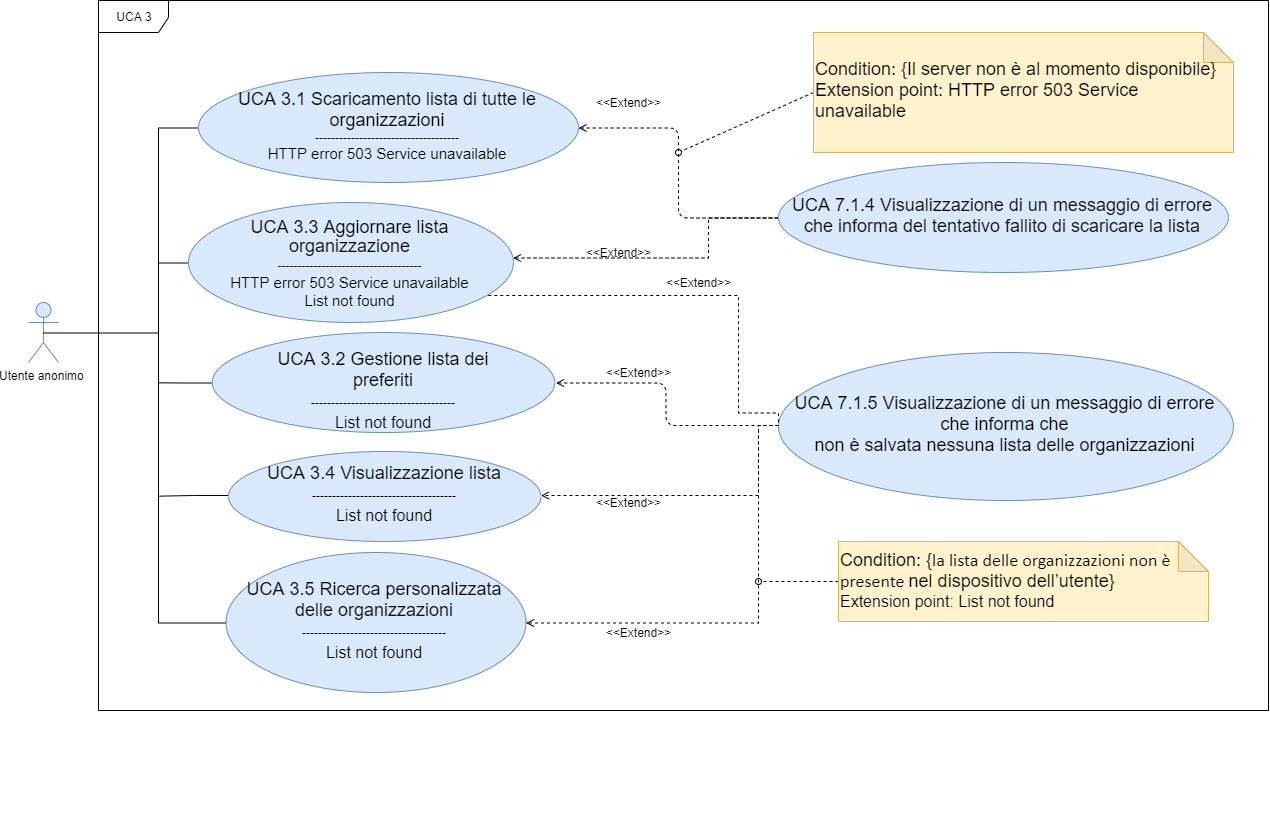
This is DocumentazioneEsterna/AnalisiRequisiti/sezioni/UseCase/Immagini/UCA3.png from qb-team/Stalker-Documentazione, a draw.io export, as it was before one commit. Source tidied: cells renumbered, new cells last; positions are measured from the earlier drawing's top-left corner, leaving out a move shared by most shapes.
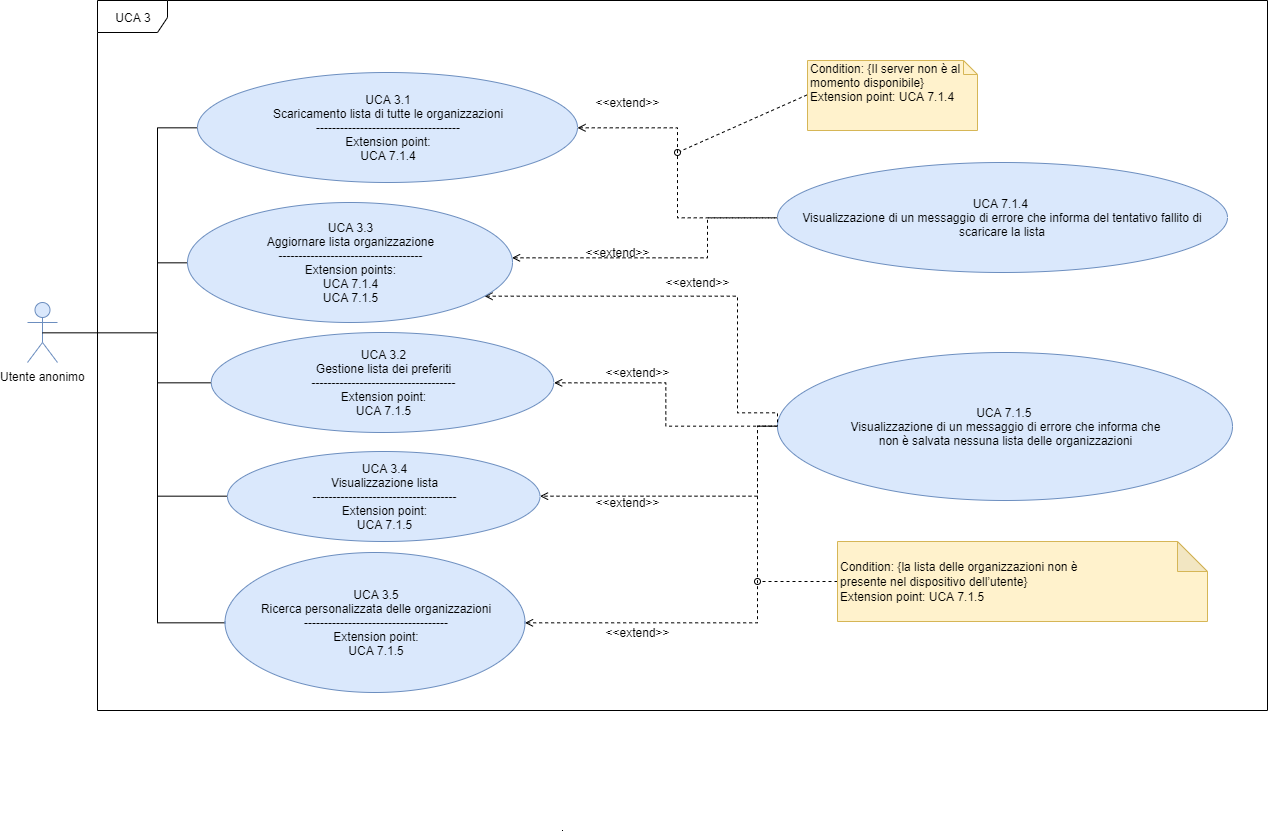
The same diagram one commit later.

Diff of the diagram source:
```diff
@@ -7,6 +7,6 @@
     </mxCell>
-    <mxCell id="3" value="Utente anonimo" style="shape=umlActor;verticalLabelPosition=bottom;labelBackgroundColor=#ffffff;verticalAlign=top;html=1;outlineConnect=0;fillColor=#dae8fc;strokeColor=#6c8ebf;" parent="1" vertex="1">
+    <mxCell id="3" value="Utente anonimo" style="shape=umlActor;verticalLabelPosition=bottom;labelBackgroundColor=#ffffff;verticalAlign=top;html=1;outlineConnect=0;fillColor=#dae8fc;strokeColor=#6c8ebf;fontSize=12;" parent="1" vertex="1">
       <mxGeometry y="302" width="30" height="60" as="geometry" />
     </mxCell>
-    <mxCell id="4" style="edgeStyle=orthogonalEdgeStyle;rounded=0;jettySize=auto;html=1;exitX=0;exitY=0.5;exitDx=0;exitDy=0;entryX=0.5;entryY=0.5;entryDx=0;entryDy=0;entryPerimeter=0;startArrow=none;startFill=0;endArrow=none;endFill=0;" parent="1" edge="1" source="5" target="3">
+    <mxCell id="4" style="edgeStyle=orthogonalEdgeStyle;rounded=0;jettySize=auto;html=1;exitX=0;exitY=0.5;exitDx=0;exitDy=0;entryX=0.5;entryY=0.5;entryDx=0;entryDy=0;entryPerimeter=0;startArrow=none;startFill=0;endArrow=none;endFill=0;fontSize=12;" parent="1" edge="1" source="5" target="3">
       <mxGeometry relative="1" as="geometry">
@@ -18,6 +18,6 @@
     </mxCell>
-    <mxCell id="5" value="&lt;font&gt;&lt;span style=&quot;font-size: 18px&quot;&gt;UCA 3.1 Scaricamento lista di tutte le organizzazioni&lt;/span&gt;&lt;br&gt;&lt;font style=&quot;font-size: 12px&quot;&gt;------------------------------------&lt;br&gt;&lt;/font&gt;&lt;/font&gt;&lt;span style=&quot;text-align: left&quot;&gt;&lt;font style=&quot;font-size: 15px&quot;&gt;HTTP error 503 Service unavailable&lt;/font&gt;&lt;/span&gt;" style="ellipse;whiteSpace=wrap;html=1;fillColor=#dae8fc;strokeColor=#6c8ebf;" parent="1" vertex="1">
+    <mxCell id="5" value="&lt;font style=&quot;font-size: 12px&quot;&gt;&lt;font style=&quot;font-size: 12px&quot;&gt;UCA 3.1&lt;br&gt;Scaricamento lista di tutte le organizzazioni&lt;br style=&quot;font-size: 12px&quot;&gt;&lt;font style=&quot;font-size: 12px&quot;&gt;------------------------------------&lt;br style=&quot;font-size: 12px&quot;&gt;&lt;div&gt;&lt;span&gt;Extension point:&lt;/span&gt;&lt;/div&gt;&lt;div&gt;&lt;span&gt;UCA 7.1.4&lt;/span&gt;&lt;/div&gt;&lt;/font&gt;&lt;/font&gt;&lt;/font&gt;" style="ellipse;whiteSpace=wrap;html=1;fillColor=#dae8fc;strokeColor=#6c8ebf;fontSize=12;" parent="1" vertex="1">
       <mxGeometry x="170" y="72" width="380" height="110" as="geometry" />
     </mxCell>
-    <mxCell id="6" style="edgeStyle=orthogonalEdgeStyle;rounded=0;jettySize=auto;html=1;exitX=0;exitY=0.5;exitDx=0;exitDy=0;dashed=1;endArrow=open;endFill=0;startArrow=none;startFill=0;" parent="1" edge="1" source="7" target="15">
+    <mxCell id="6" style="edgeStyle=orthogonalEdgeStyle;rounded=0;jettySize=auto;html=1;exitX=0;exitY=0.5;exitDx=0;exitDy=0;dashed=1;endArrow=open;endFill=0;startArrow=none;startFill=0;fontSize=12;" parent="1" edge="1" source="7" target="15">
       <mxGeometry relative="1" as="geometry">
@@ -29,6 +29,6 @@
     </mxCell>
-    <mxCell id="7" value="&lt;font style=&quot;font-size: 18px&quot;&gt;UCA 7.1.4 Visualizzazione di un messaggio di errore che informa del tentativo fallito di scaricare la lista&lt;/font&gt;" style="ellipse;whiteSpace=wrap;html=1;fillColor=#dae8fc;strokeColor=#6c8ebf;" parent="1" vertex="1">
+    <mxCell id="7" value="&lt;font style=&quot;font-size: 12px&quot;&gt;UCA 7.1.4 &lt;br&gt;Visualizzazione di un messaggio di errore che informa del tentativo fallito di scaricare la lista&lt;/font&gt;" style="ellipse;whiteSpace=wrap;html=1;fillColor=#dae8fc;strokeColor=#6c8ebf;fontSize=12;" parent="1" vertex="1">
       <mxGeometry x="750" y="162" width="450" height="110" as="geometry" />
     </mxCell>
-    <mxCell id="8" style="edgeStyle=orthogonalEdgeStyle;rounded=0;jettySize=auto;html=1;exitX=0;exitY=0.5;exitDx=0;exitDy=0;entryX=1;entryY=0.5;entryDx=0;entryDy=0;dashed=1;endArrow=open;endFill=0;startArrow=none;startFill=0;" parent="1" edge="1" source="10" target="17">
+    <mxCell id="8" style="edgeStyle=orthogonalEdgeStyle;rounded=0;jettySize=auto;html=1;exitX=0;exitY=0.5;exitDx=0;exitDy=0;entryX=1;entryY=0.5;entryDx=0;entryDy=0;dashed=1;endArrow=open;endFill=0;startArrow=none;startFill=0;fontSize=12;" parent="1" edge="1" source="10" target="17">
       <mxGeometry relative="1" as="geometry">
@@ -40,3 +40,3 @@
     </mxCell>
-    <mxCell id="9" style="edgeStyle=orthogonalEdgeStyle;rounded=0;jettySize=auto;html=1;exitX=0;exitY=0.5;exitDx=0;exitDy=0;entryX=1;entryY=0.5;entryDx=0;entryDy=0;dashed=1;endArrow=open;endFill=0;startArrow=none;startFill=0;" parent="1" edge="1" source="10" target="19">
+    <mxCell id="9" style="edgeStyle=orthogonalEdgeStyle;rounded=0;jettySize=auto;html=1;exitX=0;exitY=0.5;exitDx=0;exitDy=0;entryX=1;entryY=0.5;entryDx=0;entryDy=0;dashed=1;endArrow=open;endFill=0;startArrow=none;startFill=0;fontSize=12;" parent="1" edge="1" source="10" target="19">
       <mxGeometry relative="1" as="geometry">
@@ -48,6 +48,6 @@
     </mxCell>
-    <mxCell id="10" value="&lt;font style=&quot;font-size: 18px&quot;&gt;UCA 7.1.5 Visualizzazione di un messaggio di errore che informa che&lt;br style=&quot;box-sizing: content-box ; padding: 0px ; margin: 0px&quot;&gt;non è salvata nessuna lista delle organizzazioni&lt;/font&gt;" style="ellipse;whiteSpace=wrap;html=1;fillColor=#dae8fc;strokeColor=#6c8ebf;" parent="1" vertex="1">
+    <mxCell id="10" value="&lt;font style=&quot;font-size: 12px&quot;&gt;UCA 7.1.5 &lt;br&gt;Visualizzazione di un messaggio di errore che informa che&lt;br style=&quot;box-sizing: content-box ; padding: 0px ; margin: 0px ; font-size: 12px&quot;&gt;non è salvata nessuna lista delle organizzazioni&lt;/font&gt;" style="ellipse;whiteSpace=wrap;html=1;fillColor=#dae8fc;strokeColor=#6c8ebf;fontSize=12;" parent="1" vertex="1">
       <mxGeometry x="750" y="352" width="455" height="148" as="geometry" />
     </mxCell>
-    <mxCell id="11" style="edgeStyle=orthogonalEdgeStyle;rounded=0;jettySize=auto;html=1;exitX=0;exitY=0.5;exitDx=0;exitDy=0;startArrow=none;startFill=0;endArrow=none;endFill=0;" parent="1" edge="1" source="12">
+    <mxCell id="11" style="edgeStyle=orthogonalEdgeStyle;rounded=0;jettySize=auto;html=1;exitX=0;exitY=0.5;exitDx=0;exitDy=0;startArrow=none;startFill=0;endArrow=none;endFill=0;fontSize=12;" parent="1" edge="1" source="12">
       <mxGeometry relative="1" as="geometry">
@@ -56,6 +56,6 @@
     </mxCell>
-    <mxCell id="12" value="&lt;font style=&quot;font-size: 18px&quot;&gt;UCA 3.2 Gestione lista dei preferiti&lt;br&gt;&lt;font style=&quot;font-size: 12px&quot;&gt;------------------------------------&lt;br&gt;&lt;/font&gt;&lt;span style=&quot;font-size: medium ; text-align: left&quot;&gt;List not found&lt;/span&gt;&lt;br&gt;&lt;/font&gt;" style="ellipse;whiteSpace=wrap;html=1;fillColor=#dae8fc;strokeColor=#6c8ebf;" parent="1" vertex="1">
+    <mxCell id="12" value="&lt;font style=&quot;font-size: 12px&quot;&gt;UCA 3.2&lt;br&gt;Gestione lista dei preferiti&lt;br style=&quot;font-size: 12px&quot;&gt;&lt;font style=&quot;font-size: 12px&quot;&gt;------------------------------------&lt;br style=&quot;font-size: 12px&quot;&gt;&lt;/font&gt;&lt;span style=&quot;font-size: 12px ; text-align: left&quot;&gt;Extension point:&lt;br&gt;&lt;/span&gt;UCA 7.1.5&lt;br style=&quot;font-size: 12px&quot;&gt;&lt;/font&gt;" style="ellipse;whiteSpace=wrap;html=1;fillColor=#dae8fc;strokeColor=#6c8ebf;fontSize=12;" parent="1" vertex="1">
       <mxGeometry x="183.8" y="332" width="342.5" height="100" as="geometry" />
     </mxCell>
-    <mxCell id="13" style="edgeStyle=orthogonalEdgeStyle;rounded=0;jettySize=auto;html=1;exitX=0;exitY=0.5;exitDx=0;exitDy=0;startArrow=none;startFill=0;endArrow=none;endFill=0;" parent="1" edge="1" source="15">
+    <mxCell id="13" style="edgeStyle=orthogonalEdgeStyle;rounded=0;jettySize=auto;html=1;exitX=0;exitY=0.5;exitDx=0;exitDy=0;startArrow=none;startFill=0;endArrow=none;endFill=0;fontSize=12;" parent="1" edge="1" source="15">
       <mxGeometry relative="1" as="geometry">
@@ -64,3 +64,3 @@
     </mxCell>
-    <mxCell id="14" style="edgeStyle=orthogonalEdgeStyle;rounded=0;jettySize=auto;html=1;exitX=1;exitY=1;exitDx=0;exitDy=0;entryX=0;entryY=0.5;entryDx=0;entryDy=0;endArrow=none;endFill=0;startArrow=open;startFill=0;dashed=1;" parent="1" edge="1" source="15" target="10">
+    <mxCell id="14" style="edgeStyle=orthogonalEdgeStyle;rounded=0;jettySize=auto;html=1;entryX=0;entryY=0.5;entryDx=0;entryDy=0;endArrow=none;endFill=0;startArrow=open;startFill=0;dashed=1;fontSize=12;" parent="1" edge="1" source="15" target="10">
       <mxGeometry relative="1" as="geometry">
@@ -73,6 +73,6 @@
     </mxCell>
-    <mxCell id="15" value="&lt;font style=&quot;font-size: 15px&quot;&gt;&lt;span style=&quot;font-size: 18px ; line-height: 100%&quot;&gt;&lt;br&gt;UCA 3.3 Aggiornare lista organizzazione&lt;/span&gt;&lt;br&gt;&lt;font style=&quot;font-size: 12px&quot;&gt;------------------------------------&lt;br&gt;&lt;/font&gt;&lt;span style=&quot;text-align: left&quot;&gt;&lt;font style=&quot;font-size: 15px&quot;&gt;HTTP&lt;/font&gt;&lt;span&gt; error 503 Service unavailable&lt;/span&gt;&lt;br&gt;&lt;/span&gt;&lt;span style=&quot;text-align: left&quot;&gt;List not found&lt;/span&gt;&lt;span style=&quot;text-align: left&quot;&gt;&lt;br&gt;&lt;/span&gt;&lt;br&gt;&lt;/font&gt;" style="ellipse;whiteSpace=wrap;html=1;fillColor=#dae8fc;strokeColor=#6c8ebf;" parent="1" vertex="1">
+    <mxCell id="15" value="&lt;font style=&quot;font-size: 12px&quot;&gt;&lt;span style=&quot;line-height: 100% ; font-size: 12px&quot;&gt;&lt;br style=&quot;font-size: 12px&quot;&gt;UCA 3.3&lt;br&gt;Aggiornare lista organizzazione&lt;/span&gt;&lt;br style=&quot;font-size: 12px&quot;&gt;&lt;font style=&quot;font-size: 12px&quot;&gt;------------------------------------&lt;br style=&quot;font-size: 12px&quot;&gt;&lt;/font&gt;&lt;span style=&quot;text-align: left ; font-size: 12px&quot;&gt;Extension points:&lt;br&gt;UCA 7.1.4&lt;br&gt;UCA 7.1.5&lt;br style=&quot;font-size: 12px&quot;&gt;&lt;/span&gt;&lt;br style=&quot;font-size: 12px&quot;&gt;&lt;/font&gt;" style="ellipse;whiteSpace=wrap;html=1;fillColor=#dae8fc;strokeColor=#6c8ebf;fontSize=12;" parent="1" vertex="1">
       <mxGeometry x="160" y="202" width="325" height="120" as="geometry" />
     </mxCell>
-    <mxCell id="16" style="edgeStyle=orthogonalEdgeStyle;rounded=0;jettySize=auto;html=1;exitX=0;exitY=0.5;exitDx=0;exitDy=0;startArrow=none;startFill=0;endArrow=none;endFill=0;" parent="1" edge="1" source="17">
+    <mxCell id="16" style="edgeStyle=orthogonalEdgeStyle;rounded=0;jettySize=auto;html=1;exitX=0;exitY=0.5;exitDx=0;exitDy=0;startArrow=none;startFill=0;endArrow=none;endFill=0;fontSize=12;" parent="1" edge="1" source="17">
       <mxGeometry relative="1" as="geometry">
@@ -81,6 +81,6 @@
     </mxCell>
-    <mxCell id="17" value="&lt;font style=&quot;font-size: 18px&quot;&gt;UCA 3.4 Visualizzazione lista&lt;br&gt;&lt;font style=&quot;font-size: 12px&quot;&gt;------------------------------------&lt;br&gt;&lt;/font&gt;&lt;span style=&quot;font-size: medium ; text-align: left&quot;&gt;List not found&lt;/span&gt;&lt;br&gt;&lt;/font&gt;" style="ellipse;whiteSpace=wrap;html=1;fillColor=#dae8fc;strokeColor=#6c8ebf;" parent="1" vertex="1">
+    <mxCell id="17" value="&lt;font style=&quot;font-size: 12px&quot;&gt;UCA 3.4&lt;br&gt;Visualizzazione lista&lt;br style=&quot;font-size: 12px&quot;&gt;&lt;font style=&quot;font-size: 12px&quot;&gt;------------------------------------&lt;br style=&quot;font-size: 12px&quot;&gt;&lt;/font&gt;&lt;span style=&quot;text-align: left&quot;&gt;Extension point:&lt;br&gt;&lt;/span&gt;UCA 7.1.5&lt;br style=&quot;font-size: 12px&quot;&gt;&lt;/font&gt;" style="ellipse;whiteSpace=wrap;html=1;fillColor=#dae8fc;strokeColor=#6c8ebf;fontSize=12;" parent="1" vertex="1">
       <mxGeometry x="200" y="451" width="312.5" height="90" as="geometry" />
     </mxCell>
-    <mxCell id="18" style="edgeStyle=orthogonalEdgeStyle;rounded=0;jettySize=auto;html=1;exitX=0;exitY=0.5;exitDx=0;exitDy=0;startArrow=none;startFill=0;endArrow=none;endFill=0;" parent="1" edge="1" source="19">
+    <mxCell id="18" style="edgeStyle=orthogonalEdgeStyle;rounded=0;jettySize=auto;html=1;exitX=0;exitY=0.5;exitDx=0;exitDy=0;startArrow=none;startFill=0;endArrow=none;endFill=0;fontSize=12;" parent="1" edge="1" source="19">
       <mxGeometry relative="1" as="geometry">
@@ -92,7 +92,8 @@
     </mxCell>
-    <mxCell id="19" value="&lt;font style=&quot;font-size: 18px&quot;&gt;UCA 3.5&amp;nbsp;Ricerca personalizzata delle organizzazioni&lt;br&gt;&lt;font style=&quot;font-size: 12px&quot;&gt;------------------------------------&lt;br&gt;&lt;/font&gt;&lt;span style=&quot;font-size: medium ; text-align: left&quot;&gt;List not found&lt;/span&gt;&lt;br&gt;&lt;/font&gt;" style="ellipse;whiteSpace=wrap;html=1;fillColor=#dae8fc;strokeColor=#6c8ebf;" parent="1" vertex="1">
+    <mxCell id="19" value="&lt;font style=&quot;font-size: 12px&quot;&gt;UCA 3.5&lt;br&gt;Ricerca personalizzata delle organizzazioni&lt;br style=&quot;font-size: 12px&quot;&gt;&lt;font style=&quot;font-size: 12px&quot;&gt;------------------------------------&lt;br style=&quot;font-size: 12px&quot;&gt;&lt;/font&gt;&lt;span style=&quot;text-align: left&quot;&gt;Extension point:&lt;br&gt;&lt;/span&gt;UCA 7.1.5&lt;br style=&quot;font-size: 12px&quot;&gt;&lt;/font&gt;" style="ellipse;whiteSpace=wrap;html=1;fillColor=#dae8fc;strokeColor=#6c8ebf;fontSize=12;" parent="1" vertex="1">
       <mxGeometry x="197.5" y="552" width="300" height="140" as="geometry" />
     </mxCell>
-    <mxCell id="20" style="rounded=0;jettySize=auto;html=1;exitX=0;exitY=0.5;exitDx=0;exitDy=0;exitPerimeter=0;endArrow=oval;endFill=0;dashed=1;" parent="1" edge="1" source="21">
+    <mxCell id="20" style="rounded=0;orthogonalLoop=1;jettySize=auto;html=1;exitX=0;exitY=0.5;exitDx=0;exitDy=0;exitPerimeter=0;endArrow=oval;endFill=0;dashed=1;fontSize=12;" parent="1" edge="1">
       <mxGeometry relative="1" as="geometry">
+        <mxPoint x="785" y="92" as="sourcePoint" />
         <mxPoint x="650" y="152" as="targetPoint" />
@@ -100,6 +101,3 @@
     </mxCell>
-    <mxCell id="21" value="&lt;span&gt;&lt;font style=&quot;font-size: 18px&quot;&gt;Condition: {Il server non è al momento disponibile}&lt;br&gt;&lt;div&gt;&lt;span&gt;Extension point: HTTP error 503 Service unavailable&lt;/span&gt;&lt;/div&gt;&lt;/font&gt;&lt;/span&gt;" style="shape=note;whiteSpace=wrap;html=1;backgroundOutline=1;darkOpacity=0.05;fillColor=#fff2cc;strokeColor=#d6b656;align=left;" parent="1" vertex="1">
-      <mxGeometry x="785" y="32" width="420" height="120" as="geometry" />
-    </mxCell>
-    <mxCell id="22" style="edgeStyle=none;rounded=0;jettySize=auto;html=1;exitX=0;exitY=0.5;exitDx=0;exitDy=0;exitPerimeter=0;endArrow=oval;endFill=0;dashed=1;" parent="1" edge="1" source="23">
+    <mxCell id="22" style="edgeStyle=none;rounded=0;jettySize=auto;html=1;exitX=0;exitY=0.5;exitDx=0;exitDy=0;exitPerimeter=0;endArrow=oval;endFill=0;dashed=1;fontSize=12;" parent="1" edge="1" source="23">
       <mxGeometry relative="1" as="geometry">
@@ -108,9 +106,9 @@
     </mxCell>
-    <mxCell id="23" value="&lt;div&gt;&lt;font style=&quot;font-size: 18px&quot;&gt;&lt;span&gt;Condition: {&lt;/span&gt;&lt;span style=&quot;box-sizing: content-box ; line-height: 15.6933px ; font-family: &amp;#34;calibri&amp;#34; , sans-serif&quot;&gt;la lista delle organizzazioni non è presente&amp;nbsp;&lt;/span&gt;&lt;span style=&quot;white-space: nowrap&quot;&gt;nel dispositivo dell’utente}&lt;/span&gt;&lt;/font&gt;&lt;/div&gt;&lt;div&gt;&lt;span&gt;&lt;font size=&quot;3&quot;&gt;Extension point: List not found&lt;/font&gt;&lt;/span&gt;&lt;/div&gt;" style="shape=note;whiteSpace=wrap;html=1;backgroundOutline=1;darkOpacity=0.05;align=left;fillColor=#fff2cc;strokeColor=#d6b656;" parent="1" vertex="1">
+    <mxCell id="23" value="&lt;div style=&quot;font-size: 12px&quot;&gt;&lt;font style=&quot;font-size: 12px&quot;&gt;Condition: {&lt;span style=&quot;box-sizing: content-box ; line-height: 15.6933px ; font-size: 12px&quot;&gt;la lista delle organizzazioni non è presente&amp;nbsp;&lt;/span&gt;&lt;span style=&quot;white-space: nowrap ; font-size: 12px&quot;&gt;nel dispositivo dell’utente}&lt;/span&gt;&lt;/font&gt;&lt;/div&gt;&lt;div style=&quot;font-size: 12px&quot;&gt;&lt;font style=&quot;font-size: 12px&quot;&gt;Extension point: UCA 7.1.5&lt;/font&gt;&lt;/div&gt;" style="shape=note;whiteSpace=wrap;html=1;backgroundOutline=1;darkOpacity=0.05;align=left;fillColor=#fff2cc;strokeColor=#d6b656;fontSize=12;" parent="1" vertex="1">
       <mxGeometry x="810" y="541" width="370" height="80" as="geometry" />
     </mxCell>
-    <mxCell id="24" style="endArrow=none;dashed=1;html=1;entryX=0;entryY=0.5;entryDx=0;entryDy=0;exitX=1;exitY=0.5;exitDx=0;exitDy=0;edgeStyle=orthogonalEdgeStyle;endFill=0;startArrow=open;startFill=0;" parent="1" edge="1" source="5" target="7">
+    <mxCell id="24" style="endArrow=none;dashed=1;html=1;entryX=0;entryY=0.5;entryDx=0;entryDy=0;exitX=1;exitY=0.5;exitDx=0;exitDy=0;edgeStyle=orthogonalEdgeStyle;endFill=0;startArrow=open;startFill=0;fontSize=12;rounded=0;" parent="1" edge="1" source="5" target="7">
       <mxGeometry relative="1" as="geometry" />
     </mxCell>
-    <mxCell id="25" style="endArrow=none;dashed=1;html=1;entryX=0;entryY=0.5;entryDx=0;entryDy=0;exitX=1;exitY=0.5;exitDx=0;exitDy=0;edgeStyle=orthogonalEdgeStyle;startArrow=open;startFill=0;" parent="1" edge="1" source="12" target="10">
+    <mxCell id="25" style="endArrow=none;dashed=1;html=1;entryX=0;entryY=0.5;entryDx=0;entryDy=0;exitX=1;exitY=0.5;exitDx=0;exitDy=0;edgeStyle=orthogonalEdgeStyle;startArrow=open;startFill=0;fontSize=12;rounded=0;" parent="1" edge="1" source="12" target="10">
       <mxGeometry relative="1" as="geometry" />
@@ -123,20 +121,23 @@
     </mxCell>
-    <mxCell id="27" value="&amp;lt;&amp;lt;Extend&amp;gt;&amp;gt;" style="text;html=1;strokeColor=none;fillColor=none;align=center;verticalAlign=middle;whiteSpace=wrap;rounded=0;" parent="1" vertex="1">
+    <mxCell id="27" value="&amp;lt;&amp;lt;extend&amp;gt;&amp;gt;" style="text;html=1;strokeColor=none;fillColor=none;align=center;verticalAlign=middle;whiteSpace=wrap;rounded=0;fontSize=12;" parent="1" vertex="1">
       <mxGeometry x="570" y="242" width="40" height="20" as="geometry" />
     </mxCell>
-    <mxCell id="28" value="&amp;lt;&amp;lt;Extend&amp;gt;&amp;gt;" style="text;html=1;strokeColor=none;fillColor=none;align=center;verticalAlign=middle;whiteSpace=wrap;rounded=0;" parent="1" vertex="1">
+    <mxCell id="28" value="&amp;lt;&amp;lt;extend&amp;gt;&amp;gt;" style="text;html=1;strokeColor=none;fillColor=none;align=center;verticalAlign=middle;whiteSpace=wrap;rounded=0;fontSize=12;" parent="1" vertex="1">
       <mxGeometry x="580" y="92" width="40" height="20" as="geometry" />
     </mxCell>
-    <mxCell id="29" value="&amp;lt;&amp;lt;Extend&amp;gt;&amp;gt;" style="text;html=1;strokeColor=none;fillColor=none;align=center;verticalAlign=middle;whiteSpace=wrap;rounded=0;" parent="1" vertex="1">
+    <mxCell id="29" value="&amp;lt;&amp;lt;extend&amp;gt;&amp;gt;" style="text;html=1;strokeColor=none;fillColor=none;align=center;verticalAlign=middle;whiteSpace=wrap;rounded=0;fontSize=12;" parent="1" vertex="1">
       <mxGeometry x="590" y="622" width="40" height="20" as="geometry" />
     </mxCell>
-    <mxCell id="30" value="&amp;lt;&amp;lt;Extend&amp;gt;&amp;gt;" style="text;html=1;strokeColor=none;fillColor=none;align=center;verticalAlign=middle;whiteSpace=wrap;rounded=0;" parent="1" vertex="1">
+    <mxCell id="30" value="&amp;lt;&amp;lt;extend&amp;gt;&amp;gt;" style="text;html=1;strokeColor=none;fillColor=none;align=center;verticalAlign=middle;whiteSpace=wrap;rounded=0;fontSize=12;" parent="1" vertex="1">
       <mxGeometry x="580" y="492" width="40" height="20" as="geometry" />
     </mxCell>
-    <mxCell id="31" value="&amp;lt;&amp;lt;Extend&amp;gt;&amp;gt;" style="text;html=1;strokeColor=none;fillColor=none;align=center;verticalAlign=middle;whiteSpace=wrap;rounded=0;" parent="1" vertex="1">
+    <mxCell id="31" value="&amp;lt;&amp;lt;extend&amp;gt;&amp;gt;" style="text;html=1;strokeColor=none;fillColor=none;align=center;verticalAlign=middle;whiteSpace=wrap;rounded=0;fontSize=12;" parent="1" vertex="1">
       <mxGeometry x="590" y="362" width="40" height="20" as="geometry" />
     </mxCell>
-    <mxCell id="32" value="&amp;lt;&amp;lt;Extend&amp;gt;&amp;gt;" style="text;html=1;strokeColor=none;fillColor=none;align=center;verticalAlign=middle;whiteSpace=wrap;rounded=0;" parent="1" vertex="1">
+    <mxCell id="32" value="&amp;lt;&amp;lt;extend&amp;gt;&amp;gt;" style="text;html=1;strokeColor=none;fillColor=none;align=center;verticalAlign=middle;whiteSpace=wrap;rounded=0;fontSize=12;" parent="1" vertex="1">
       <mxGeometry x="650" y="272" width="40" height="20" as="geometry" />
     </mxCell>
+    <mxCell id="33" value="Condition: {Il server non è al momento disponibile}&lt;br&gt;&lt;div&gt;Extension point: UCA 7.1.4&lt;/div&gt;" style="shape=note;whiteSpace=wrap;html=1;size=14;verticalAlign=top;align=left;spacingTop=-6;fontSize=12;fillColor=#fff2cc;strokeColor=#d6b656;" parent="1" vertex="1">
+      <mxGeometry x="780" y="60" width="170" height="70" as="geometry" />
+    </mxCell>
   </root>
```
